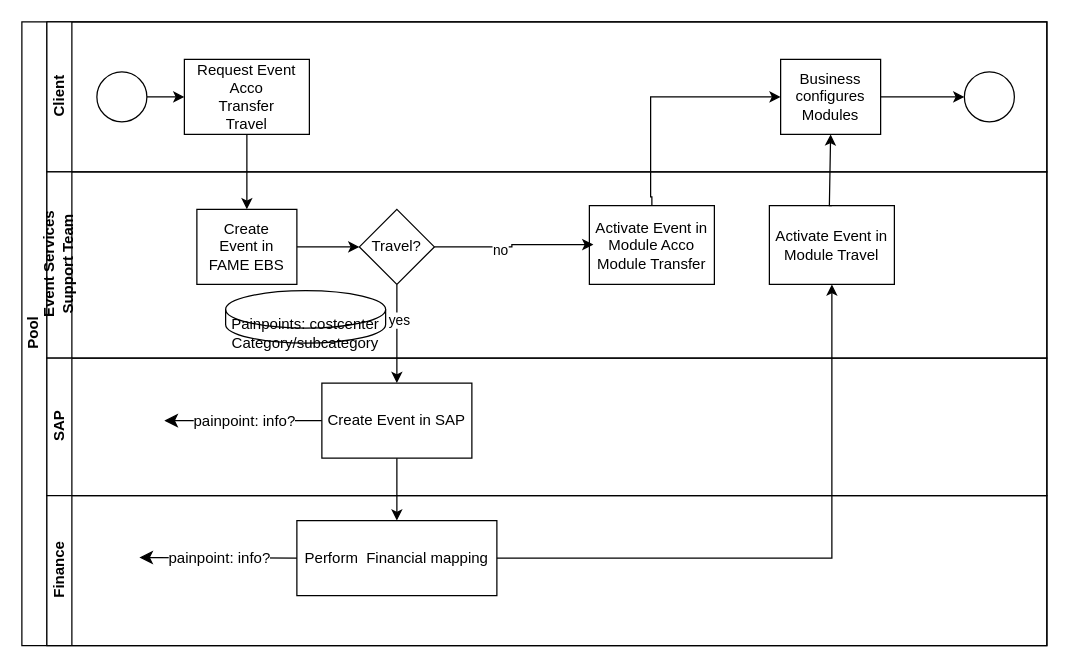
Before: page "Curren-High-level-create-event--ezue" (2 of 7) of FAMEevent.drawio in Helena-Zuk/github-slideshow, a draw.io diagram. Source tidied: cells renumbered, new cells numbered last; positions are measured from the earlier drawing's top-left corner, leaving out a move shared by most shapes. Both pictures are drawn from the tidied source at 125%, with x=0, y=0 at pixel (21, 21).
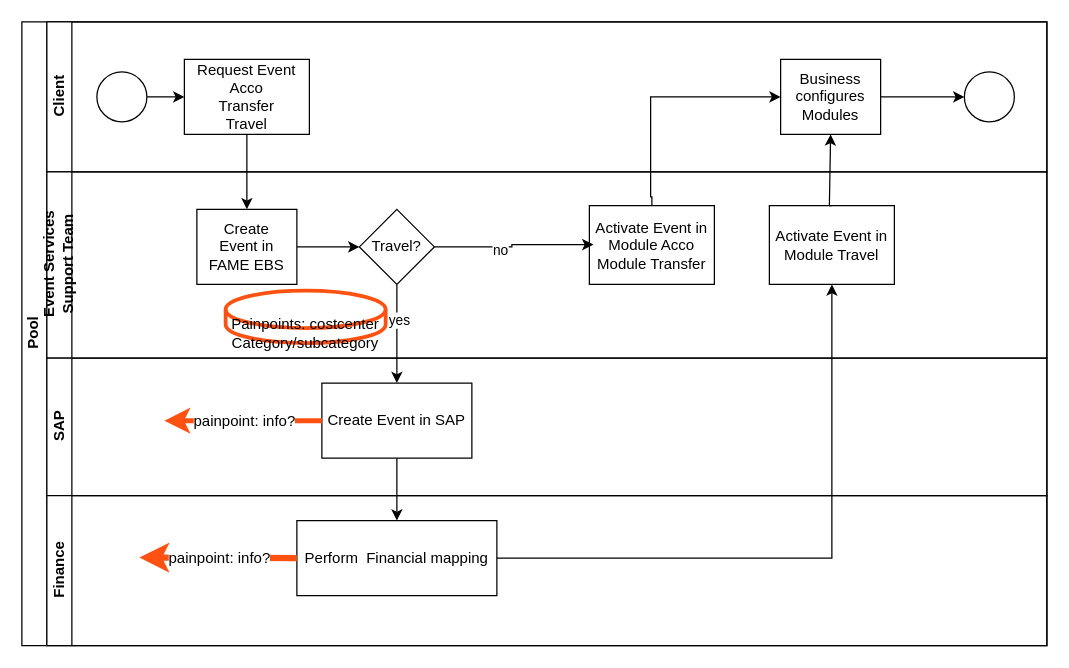
After the change.

The change refers to these unchanged cells:
```xml
<mxCell id="13" value="Event Services &lt;br&gt;Support Team" style="swimlane;html=1;startSize=20;horizontal=0;" parent="2" vertex="1">
  <mxGeometry x="20" y="120" width="800" height="149" as="geometry" />
</mxCell>
<mxCell id="22" value="SAP" style="swimlane;html=1;startSize=20;horizontal=0;" parent="2" vertex="1">
  <mxGeometry x="20" y="269" width="800" height="110" as="geometry" />
</mxCell>
<mxCell id="23" value="Create Event in SAP" style="rounded=0;whiteSpace=wrap;html=1;fontFamily=Helvetica;fontSize=12;fontColor=#000000;align=center;" parent="22" vertex="1">
  <mxGeometry x="220" y="20" width="120" height="60" as="geometry" />
</mxCell>
<mxCell id="26" value="Finance" style="swimlane;html=1;startSize=20;horizontal=0;" parent="2" vertex="1">
  <mxGeometry x="20" y="379" width="800" height="120" as="geometry" />
</mxCell>
```

Diff of the diagram source:
```diff
@@
-    <mxCell id="21" value="Painpoints:&amp;nbsp;&lt;span style=&quot;background-color: initial;&quot;&gt;costcenter&lt;/span&gt;&lt;div&gt;Category/subcategory&lt;/div&gt;" style="shape=cylinder3;whiteSpace=wrap;html=1;boundedLbl=1;backgroundOutline=1;size=15;" parent="13" vertex="1">
+    <mxCell id="21" value="Painpoints:&amp;nbsp;&lt;span style=&quot;background-color: initial;&quot;&gt;costcenter&lt;/span&gt;&lt;div&gt;Category/subcategory&lt;/div&gt;" style="shape=cylinder3;whiteSpace=wrap;html=1;boundedLbl=1;backgroundOutline=1;size=15;strokeColor=#FF5112;strokeWidth=3;" parent="13" vertex="1">
       <mxGeometry x="143" y="95" width="128" height="42" as="geometry" />
     </mxCell>
@@
-    <mxCell id="24" style="endArrow=classic;html=1;rounded=0;fontSize=12;startSize=8;endSize=8;curved=1;exitX=0;exitY=0.5;exitDx=0;exitDy=0;" parent="22" edge="1" source="23">
+    <mxCell id="24" style="endArrow=classic;html=1;rounded=0;fontSize=12;startSize=8;endSize=8;curved=1;exitX=0;exitY=0.5;exitDx=0;exitDy=0;strokeColor=#FF5112;strokeWidth=4;" parent="22" edge="1" source="23">
       <mxGeometry relative="1" as="geometry">
         <mxPoint x="94" y="50" as="targetPoint" />
       </mxGeometry>
     </mxCell>
@@
-    <mxCell id="28" style="endArrow=classic;html=1;rounded=0;fontSize=12;startSize=8;endSize=8;curved=1;" parent="26" edge="1">
+    <mxCell id="28" style="endArrow=classic;html=1;rounded=0;fontSize=12;startSize=8;endSize=8;curved=1;strokeColor=#FF5112;strokeWidth=5;" parent="26" edge="1">
       <mxGeometry relative="1" as="geometry">
         <mxPoint x="200" y="50" as="sourcePoint" />
         <mxPoint x="74" y="49.5" as="targetPoint" />
       </mxGeometry>
     </mxCell>
```
